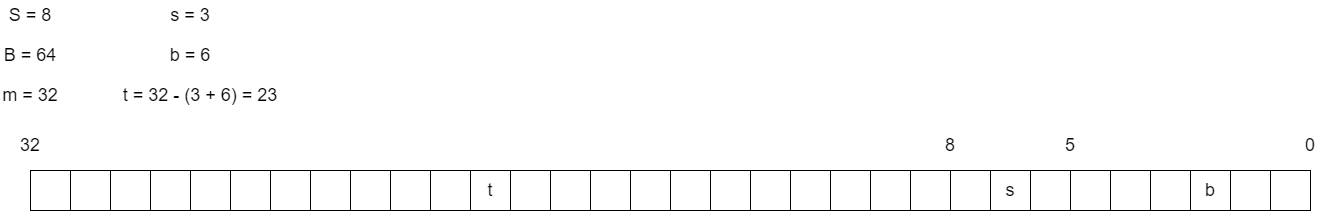
JanaCZek/diplomka keeps this draw.io diagram as Dokumentace/obrazky/cache-address.drawio.png. Above is the earlier version. Source tidied: cells renumbered, new cells last; positions are measured from the earlier drawing's top-left corner, leaving out a move shared by most shapes. The source it was exported from:
```xml
<mxGraphModel>
  <root>
    <mxCell id="0" />
    <mxCell id="1" parent="0" />
    <mxCell id="2" style="rounded=0;whiteSpace=wrap;html=1;" parent="1" vertex="1">
      <mxGeometry x="30" y="170" width="40" height="40" as="geometry" />
    </mxCell>
    <mxCell id="3" style="rounded=0;whiteSpace=wrap;html=1;" parent="1" vertex="1">
      <mxGeometry x="70" y="170" width="40" height="40" as="geometry" />
    </mxCell>
    <mxCell id="4" style="rounded=0;whiteSpace=wrap;html=1;" parent="1" vertex="1">
      <mxGeometry x="110" y="170" width="40" height="40" as="geometry" />
    </mxCell>
    <mxCell id="5" style="rounded=0;whiteSpace=wrap;html=1;" parent="1" vertex="1">
      <mxGeometry x="150" y="170" width="40" height="40" as="geometry" />
    </mxCell>
    <mxCell id="6" style="rounded=0;whiteSpace=wrap;html=1;" parent="1" vertex="1">
      <mxGeometry x="190" y="170" width="40" height="40" as="geometry" />
    </mxCell>
    <mxCell id="7" style="rounded=0;whiteSpace=wrap;html=1;" parent="1" vertex="1">
      <mxGeometry x="230" y="170" width="40" height="40" as="geometry" />
    </mxCell>
    <mxCell id="8" style="rounded=0;whiteSpace=wrap;html=1;" parent="1" vertex="1">
      <mxGeometry x="270" y="170" width="40" height="40" as="geometry" />
    </mxCell>
    <mxCell id="9" style="rounded=0;whiteSpace=wrap;html=1;" parent="1" vertex="1">
      <mxGeometry x="310" y="170" width="40" height="40" as="geometry" />
    </mxCell>
    <mxCell id="10" style="rounded=0;whiteSpace=wrap;html=1;" parent="1" vertex="1">
      <mxGeometry x="350" y="170" width="40" height="40" as="geometry" />
    </mxCell>
    <mxCell id="11" style="rounded=0;whiteSpace=wrap;html=1;" parent="1" vertex="1">
      <mxGeometry x="390" y="170" width="40" height="40" as="geometry" />
    </mxCell>
    <mxCell id="12" style="rounded=0;whiteSpace=wrap;html=1;" parent="1" vertex="1">
      <mxGeometry x="430" y="170" width="40" height="40" as="geometry" />
    </mxCell>
    <mxCell id="13" value="t" style="rounded=0;whiteSpace=wrap;html=1;fontSize=18;" parent="1" vertex="1">
      <mxGeometry x="470" y="170" width="40" height="40" as="geometry" />
    </mxCell>
    <mxCell id="14" style="rounded=0;whiteSpace=wrap;html=1;" parent="1" vertex="1">
      <mxGeometry x="510" y="170" width="40" height="40" as="geometry" />
    </mxCell>
    <mxCell id="15" style="rounded=0;whiteSpace=wrap;html=1;" parent="1" vertex="1">
      <mxGeometry x="550" y="170" width="40" height="40" as="geometry" />
    </mxCell>
    <mxCell id="16" style="rounded=0;whiteSpace=wrap;html=1;" parent="1" vertex="1">
      <mxGeometry x="590" y="170" width="40" height="40" as="geometry" />
    </mxCell>
    <mxCell id="17" style="rounded=0;whiteSpace=wrap;html=1;" parent="1" vertex="1">
      <mxGeometry x="630" y="170" width="40" height="40" as="geometry" />
    </mxCell>
    <mxCell id="18" style="rounded=0;whiteSpace=wrap;html=1;" parent="1" vertex="1">
      <mxGeometry x="670" y="170" width="40" height="40" as="geometry" />
    </mxCell>
    <mxCell id="19" style="rounded=0;whiteSpace=wrap;html=1;" parent="1" vertex="1">
      <mxGeometry x="710" y="170" width="40" height="40" as="geometry" />
    </mxCell>
    <mxCell id="20" style="rounded=0;whiteSpace=wrap;html=1;" parent="1" vertex="1">
      <mxGeometry x="750" y="170" width="40" height="40" as="geometry" />
    </mxCell>
    <mxCell id="21" style="rounded=0;whiteSpace=wrap;html=1;" parent="1" vertex="1">
      <mxGeometry x="790" y="170" width="40" height="40" as="geometry" />
    </mxCell>
    <mxCell id="22" style="rounded=0;whiteSpace=wrap;html=1;" parent="1" vertex="1">
      <mxGeometry x="830" y="170" width="40" height="40" as="geometry" />
    </mxCell>
    <mxCell id="23" style="rounded=0;whiteSpace=wrap;html=1;" parent="1" vertex="1">
      <mxGeometry x="870" y="170" width="40" height="40" as="geometry" />
    </mxCell>
    <mxCell id="24" style="rounded=0;whiteSpace=wrap;html=1;" parent="1" vertex="1">
      <mxGeometry x="910" y="170" width="40" height="40" as="geometry" />
    </mxCell>
    <mxCell id="25" style="rounded=0;whiteSpace=wrap;html=1;" parent="1" vertex="1">
      <mxGeometry x="950" y="170" width="40" height="40" as="geometry" />
    </mxCell>
    <mxCell id="26" value="s" style="rounded=0;whiteSpace=wrap;html=1;fontSize=18;" parent="1" vertex="1">
      <mxGeometry x="990" y="170" width="40" height="40" as="geometry" />
    </mxCell>
    <mxCell id="27" style="rounded=0;whiteSpace=wrap;html=1;" parent="1" vertex="1">
      <mxGeometry x="1030" y="170" width="40" height="40" as="geometry" />
    </mxCell>
    <mxCell id="28" style="rounded=0;whiteSpace=wrap;html=1;" parent="1" vertex="1">
      <mxGeometry x="1070" y="170" width="40" height="40" as="geometry" />
    </mxCell>
    <mxCell id="29" style="rounded=0;whiteSpace=wrap;html=1;" parent="1" vertex="1">
      <mxGeometry x="1110" y="170" width="40" height="40" as="geometry" />
    </mxCell>
    <mxCell id="30" style="rounded=0;whiteSpace=wrap;html=1;" parent="1" vertex="1">
      <mxGeometry x="1150" y="170" width="40" height="40" as="geometry" />
    </mxCell>
    <mxCell id="31" value="b" style="rounded=0;whiteSpace=wrap;html=1;fontSize=18;" parent="1" vertex="1">
      <mxGeometry x="1190" y="170" width="40" height="40" as="geometry" />
    </mxCell>
    <mxCell id="32" style="rounded=0;whiteSpace=wrap;html=1;" parent="1" vertex="1">
      <mxGeometry x="1230" y="170" width="40" height="40" as="geometry" />
    </mxCell>
    <mxCell id="33" style="rounded=0;whiteSpace=wrap;html=1;" parent="1" vertex="1">
      <mxGeometry x="1270" y="170" width="40" height="40" as="geometry" />
    </mxCell>
    <mxCell id="34" value="32" style="text;html=1;strokeColor=none;fillColor=none;align=center;verticalAlign=middle;whiteSpace=wrap;rounded=0;fontSize=18;" parent="1" vertex="1">
      <mxGeometry y="130" width="60" height="30" as="geometry" />
    </mxCell>
    <mxCell id="35" value="0" style="text;html=1;strokeColor=none;fillColor=none;align=center;verticalAlign=middle;whiteSpace=wrap;rounded=0;fontSize=18;" parent="1" vertex="1">
      <mxGeometry x="1280" y="130" width="60" height="30" as="geometry" />
    </mxCell>
    <mxCell id="36" value="m = 32" style="text;html=1;strokeColor=none;fillColor=none;align=center;verticalAlign=middle;whiteSpace=wrap;rounded=0;fontSize=18;" parent="1" vertex="1">
      <mxGeometry y="80" width="60" height="30" as="geometry" />
    </mxCell>
    <mxCell id="37" value="S = 8" style="text;html=1;strokeColor=none;fillColor=none;align=center;verticalAlign=middle;whiteSpace=wrap;rounded=0;fontSize=18;" parent="1" vertex="1">
      <mxGeometry width="60" height="30" as="geometry" />
    </mxCell>
    <mxCell id="38" value="B = 64" style="text;html=1;strokeColor=none;fillColor=none;align=center;verticalAlign=middle;whiteSpace=wrap;rounded=0;fontSize=18;" parent="1" vertex="1">
      <mxGeometry y="40" width="60" height="30" as="geometry" />
    </mxCell>
    <mxCell id="39" value="s = 3" style="text;html=1;strokeColor=none;fillColor=none;align=center;verticalAlign=middle;whiteSpace=wrap;rounded=0;fontSize=18;" parent="1" vertex="1">
      <mxGeometry x="160" width="60" height="30" as="geometry" />
    </mxCell>
    <mxCell id="40" value="b = 6" style="text;html=1;strokeColor=none;fillColor=none;align=center;verticalAlign=middle;whiteSpace=wrap;rounded=0;fontSize=18;" parent="1" vertex="1">
      <mxGeometry x="160" y="40" width="60" height="30" as="geometry" />
    </mxCell>
    <mxCell id="41" value="5" style="text;html=1;strokeColor=none;fillColor=none;align=center;verticalAlign=middle;whiteSpace=wrap;rounded=0;fontSize=18;" parent="1" vertex="1">
      <mxGeometry x="1040" y="130" width="60" height="30" as="geometry" />
    </mxCell>
    <mxCell id="42" value="8" style="text;html=1;strokeColor=none;fillColor=none;align=center;verticalAlign=middle;whiteSpace=wrap;rounded=0;fontSize=18;" parent="1" vertex="1">
      <mxGeometry x="920" y="130" width="60" height="30" as="geometry" />
    </mxCell>
    <mxCell id="43" value="t = 32 - (3 + 6) = 23" style="text;html=1;strokeColor=none;fillColor=none;align=center;verticalAlign=middle;whiteSpace=wrap;rounded=0;fontSize=18;" parent="1" vertex="1">
      <mxGeometry x="120" y="80" width="160" height="30" as="geometry" />
    </mxCell>
  </root>
</mxGraphModel>
```
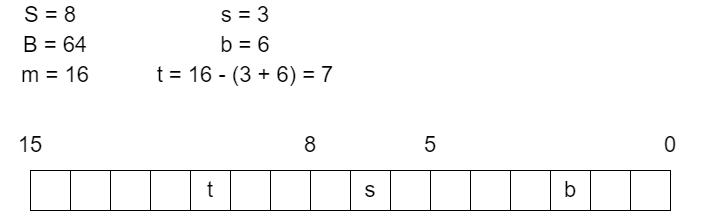
After the change.

Change to the diagram source:
```diff
@@ -2,54 +2,6 @@
   <root>
     <mxCell id="0" />
     <mxCell id="1" parent="0" />
-    <mxCell id="2" style="rounded=0;whiteSpace=wrap;html=1;" parent="1" vertex="1">
-      <mxGeometry x="30" y="170" width="40" height="40" as="geometry" />
-    </mxCell>
-    <mxCell id="3" style="rounded=0;whiteSpace=wrap;html=1;" parent="1" vertex="1">
-      <mxGeometry x="70" y="170" width="40" height="40" as="geometry" />
-    </mxCell>
-    <mxCell id="4" style="rounded=0;whiteSpace=wrap;html=1;" parent="1" vertex="1">
-      <mxGeometry x="110" y="170" width="40" height="40" as="geometry" />
-    </mxCell>
-    <mxCell id="5" style="rounded=0;whiteSpace=wrap;html=1;" parent="1" vertex="1">
-      <mxGeometry x="150" y="170" width="40" height="40" as="geometry" />
-    </mxCell>
-    <mxCell id="6" style="rounded=0;whiteSpace=wrap;html=1;" parent="1" vertex="1">
-      <mxGeometry x="190" y="170" width="40" height="40" as="geometry" />
-    </mxCell>
-    <mxCell id="7" style="rounded=0;whiteSpace=wrap;html=1;" parent="1" vertex="1">
-      <mxGeometry x="230" y="170" width="40" height="40" as="geometry" />
-    </mxCell>
-    <mxCell id="8" style="rounded=0;whiteSpace=wrap;html=1;" parent="1" vertex="1">
-      <mxGeometry x="270" y="170" width="40" height="40" as="geometry" />
-    </mxCell>
-    <mxCell id="9" style="rounded=0;whiteSpace=wrap;html=1;" parent="1" vertex="1">
-      <mxGeometry x="310" y="170" width="40" height="40" as="geometry" />
-    </mxCell>
-    <mxCell id="10" style="rounded=0;whiteSpace=wrap;html=1;" parent="1" vertex="1">
-      <mxGeometry x="350" y="170" width="40" height="40" as="geometry" />
-    </mxCell>
-    <mxCell id="11" style="rounded=0;whiteSpace=wrap;html=1;" parent="1" vertex="1">
-      <mxGeometry x="390" y="170" width="40" height="40" as="geometry" />
-    </mxCell>
-    <mxCell id="12" style="rounded=0;whiteSpace=wrap;html=1;" parent="1" vertex="1">
-      <mxGeometry x="430" y="170" width="40" height="40" as="geometry" />
-    </mxCell>
-    <mxCell id="13" value="t" style="rounded=0;whiteSpace=wrap;html=1;fontSize=18;" parent="1" vertex="1">
-      <mxGeometry x="470" y="170" width="40" height="40" as="geometry" />
-    </mxCell>
-    <mxCell id="14" style="rounded=0;whiteSpace=wrap;html=1;" parent="1" vertex="1">
-      <mxGeometry x="510" y="170" width="40" height="40" as="geometry" />
-    </mxCell>
-    <mxCell id="15" style="rounded=0;whiteSpace=wrap;html=1;" parent="1" vertex="1">
-      <mxGeometry x="550" y="170" width="40" height="40" as="geometry" />
-    </mxCell>
-    <mxCell id="16" style="rounded=0;whiteSpace=wrap;html=1;" parent="1" vertex="1">
-      <mxGeometry x="590" y="170" width="40" height="40" as="geometry" />
-    </mxCell>
-    <mxCell id="17" style="rounded=0;whiteSpace=wrap;html=1;" parent="1" vertex="1">
-      <mxGeometry x="630" y="170" width="40" height="40" as="geometry" />
-    </mxCell>
     <mxCell id="18" style="rounded=0;whiteSpace=wrap;html=1;" parent="1" vertex="1">
       <mxGeometry x="670" y="170" width="40" height="40" as="geometry" />
     </mxCell>
@@ -62,7 +14,7 @@
     <mxCell id="21" style="rounded=0;whiteSpace=wrap;html=1;" parent="1" vertex="1">
       <mxGeometry x="790" y="170" width="40" height="40" as="geometry" />
     </mxCell>
-    <mxCell id="22" style="rounded=0;whiteSpace=wrap;html=1;" parent="1" vertex="1">
+    <mxCell id="22" value="t" style="rounded=0;whiteSpace=wrap;html=1;fontSize=22;" parent="1" vertex="1">
       <mxGeometry x="830" y="170" width="40" height="40" as="geometry" />
     </mxCell>
     <mxCell id="23" style="rounded=0;whiteSpace=wrap;html=1;" parent="1" vertex="1">
@@ -74,7 +26,7 @@
     <mxCell id="25" style="rounded=0;whiteSpace=wrap;html=1;" parent="1" vertex="1">
       <mxGeometry x="950" y="170" width="40" height="40" as="geometry" />
     </mxCell>
-    <mxCell id="26" value="s" style="rounded=0;whiteSpace=wrap;html=1;fontSize=18;" parent="1" vertex="1">
+    <mxCell id="26" value="s" style="rounded=0;whiteSpace=wrap;html=1;fontSize=22;" parent="1" vertex="1">
       <mxGeometry x="990" y="170" width="40" height="40" as="geometry" />
     </mxCell>
     <mxCell id="27" style="rounded=0;whiteSpace=wrap;html=1;" parent="1" vertex="1">
@@ -89,7 +41,7 @@
     <mxCell id="30" style="rounded=0;whiteSpace=wrap;html=1;" parent="1" vertex="1">
       <mxGeometry x="1150" y="170" width="40" height="40" as="geometry" />
     </mxCell>
-    <mxCell id="31" value="b" style="rounded=0;whiteSpace=wrap;html=1;fontSize=18;" parent="1" vertex="1">
+    <mxCell id="31" value="b" style="rounded=0;whiteSpace=wrap;html=1;fontSize=22;" parent="1" vertex="1">
       <mxGeometry x="1190" y="170" width="40" height="40" as="geometry" />
     </mxCell>
     <mxCell id="32" style="rounded=0;whiteSpace=wrap;html=1;" parent="1" vertex="1">
@@ -98,35 +50,35 @@
     <mxCell id="33" style="rounded=0;whiteSpace=wrap;html=1;" parent="1" vertex="1">
       <mxGeometry x="1270" y="170" width="40" height="40" as="geometry" />
     </mxCell>
-    <mxCell id="34" value="32" style="text;html=1;strokeColor=none;fillColor=none;align=center;verticalAlign=middle;whiteSpace=wrap;rounded=0;fontSize=18;" parent="1" vertex="1">
-      <mxGeometry y="130" width="60" height="30" as="geometry" />
+    <mxCell id="34" value="15" style="text;html=1;strokeColor=none;fillColor=none;align=center;verticalAlign=middle;whiteSpace=wrap;rounded=0;fontSize=22;" parent="1" vertex="1">
+      <mxGeometry x="640" y="130" width="60" height="30" as="geometry" />
     </mxCell>
-    <mxCell id="35" value="0" style="text;html=1;strokeColor=none;fillColor=none;align=center;verticalAlign=middle;whiteSpace=wrap;rounded=0;fontSize=18;" parent="1" vertex="1">
+    <mxCell id="35" value="0" style="text;html=1;strokeColor=none;fillColor=none;align=center;verticalAlign=middle;whiteSpace=wrap;rounded=0;fontSize=22;" parent="1" vertex="1">
       <mxGeometry x="1280" y="130" width="60" height="30" as="geometry" />
     </mxCell>
-    <mxCell id="36" value="m = 32" style="text;html=1;strokeColor=none;fillColor=none;align=center;verticalAlign=middle;whiteSpace=wrap;rounded=0;fontSize=18;" parent="1" vertex="1">
-      <mxGeometry y="80" width="60" height="30" as="geometry" />
+    <mxCell id="36" value="m = 16" style="text;html=1;strokeColor=none;fillColor=none;align=center;verticalAlign=middle;whiteSpace=wrap;rounded=0;fontSize=22;" parent="1" vertex="1">
+      <mxGeometry x="660" y="60" width="70" height="30" as="geometry" />
     </mxCell>
-    <mxCell id="37" value="S = 8" style="text;html=1;strokeColor=none;fillColor=none;align=center;verticalAlign=middle;whiteSpace=wrap;rounded=0;fontSize=18;" parent="1" vertex="1">
-      <mxGeometry width="60" height="30" as="geometry" />
+    <mxCell id="37" value="S = 8" style="text;html=1;strokeColor=none;fillColor=none;align=center;verticalAlign=middle;whiteSpace=wrap;rounded=0;fontSize=22;" parent="1" vertex="1">
+      <mxGeometry x="660" width="60" height="30" as="geometry" />
     </mxCell>
-    <mxCell id="38" value="B = 64" style="text;html=1;strokeColor=none;fillColor=none;align=center;verticalAlign=middle;whiteSpace=wrap;rounded=0;fontSize=18;" parent="1" vertex="1">
-      <mxGeometry y="40" width="60" height="30" as="geometry" />
+    <mxCell id="38" value="B = 64" style="text;html=1;strokeColor=none;fillColor=none;align=center;verticalAlign=middle;whiteSpace=wrap;rounded=0;fontSize=22;" parent="1" vertex="1">
+      <mxGeometry x="655" y="30" width="80" height="30" as="geometry" />
     </mxCell>
-    <mxCell id="39" value="s = 3" style="text;html=1;strokeColor=none;fillColor=none;align=center;verticalAlign=middle;whiteSpace=wrap;rounded=0;fontSize=18;" parent="1" vertex="1">
-      <mxGeometry x="160" width="60" height="30" as="geometry" />
+    <mxCell id="39" value="s = 3" style="text;html=1;strokeColor=none;fillColor=none;align=center;verticalAlign=middle;whiteSpace=wrap;rounded=0;fontSize=22;" parent="1" vertex="1">
+      <mxGeometry x="855" width="60" height="30" as="geometry" />
     </mxCell>
-    <mxCell id="40" value="b = 6" style="text;html=1;strokeColor=none;fillColor=none;align=center;verticalAlign=middle;whiteSpace=wrap;rounded=0;fontSize=18;" parent="1" vertex="1">
-      <mxGeometry x="160" y="40" width="60" height="30" as="geometry" />
+    <mxCell id="40" value="b = 6" style="text;html=1;strokeColor=none;fillColor=none;align=center;verticalAlign=middle;whiteSpace=wrap;rounded=0;fontSize=22;" parent="1" vertex="1">
+      <mxGeometry x="855" y="30" width="60" height="30" as="geometry" />
     </mxCell>
-    <mxCell id="41" value="5" style="text;html=1;strokeColor=none;fillColor=none;align=center;verticalAlign=middle;whiteSpace=wrap;rounded=0;fontSize=18;" parent="1" vertex="1">
+    <mxCell id="41" value="5" style="text;html=1;strokeColor=none;fillColor=none;align=center;verticalAlign=middle;whiteSpace=wrap;rounded=0;fontSize=22;" parent="1" vertex="1">
       <mxGeometry x="1040" y="130" width="60" height="30" as="geometry" />
     </mxCell>
-    <mxCell id="42" value="8" style="text;html=1;strokeColor=none;fillColor=none;align=center;verticalAlign=middle;whiteSpace=wrap;rounded=0;fontSize=18;" parent="1" vertex="1">
+    <mxCell id="42" value="8" style="text;html=1;strokeColor=none;fillColor=none;align=center;verticalAlign=middle;whiteSpace=wrap;rounded=0;fontSize=22;" parent="1" vertex="1">
       <mxGeometry x="920" y="130" width="60" height="30" as="geometry" />
     </mxCell>
-    <mxCell id="43" value="t = 32 - (3 + 6) = 23" style="text;html=1;strokeColor=none;fillColor=none;align=center;verticalAlign=middle;whiteSpace=wrap;rounded=0;fontSize=18;" parent="1" vertex="1">
-      <mxGeometry x="120" y="80" width="160" height="30" as="geometry" />
+    <mxCell id="43" value="t = 16 - (3 + 6) = 7" style="text;html=1;strokeColor=none;fillColor=none;align=center;verticalAlign=middle;whiteSpace=wrap;rounded=0;fontSize=22;" parent="1" vertex="1">
+      <mxGeometry x="790" y="60" width="190" height="30" as="geometry" />
     </mxCell>
   </root>
 </mxGraphModel>
```
